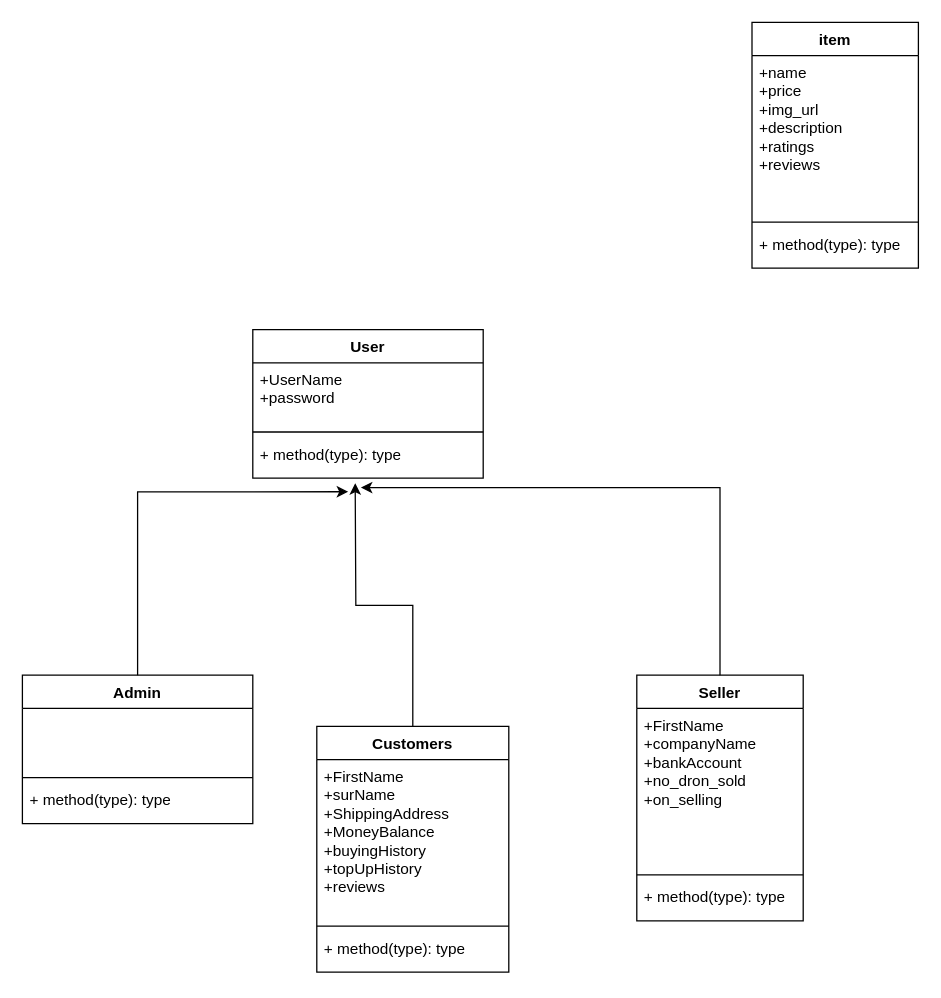
The draw.io diagram uml_diagram/dji-diagram.drawio in CMPS350-Spring-2024/Phase-1, before the edit. Source tidied: cells renumbered, new cells numbered last; positions are measured from the earlier drawing's top-left corner, leaving out a move shared by most shapes. Both pictures are drawn from the tidied source at 128%, with x=0, y=0 at pixel (22, 22).
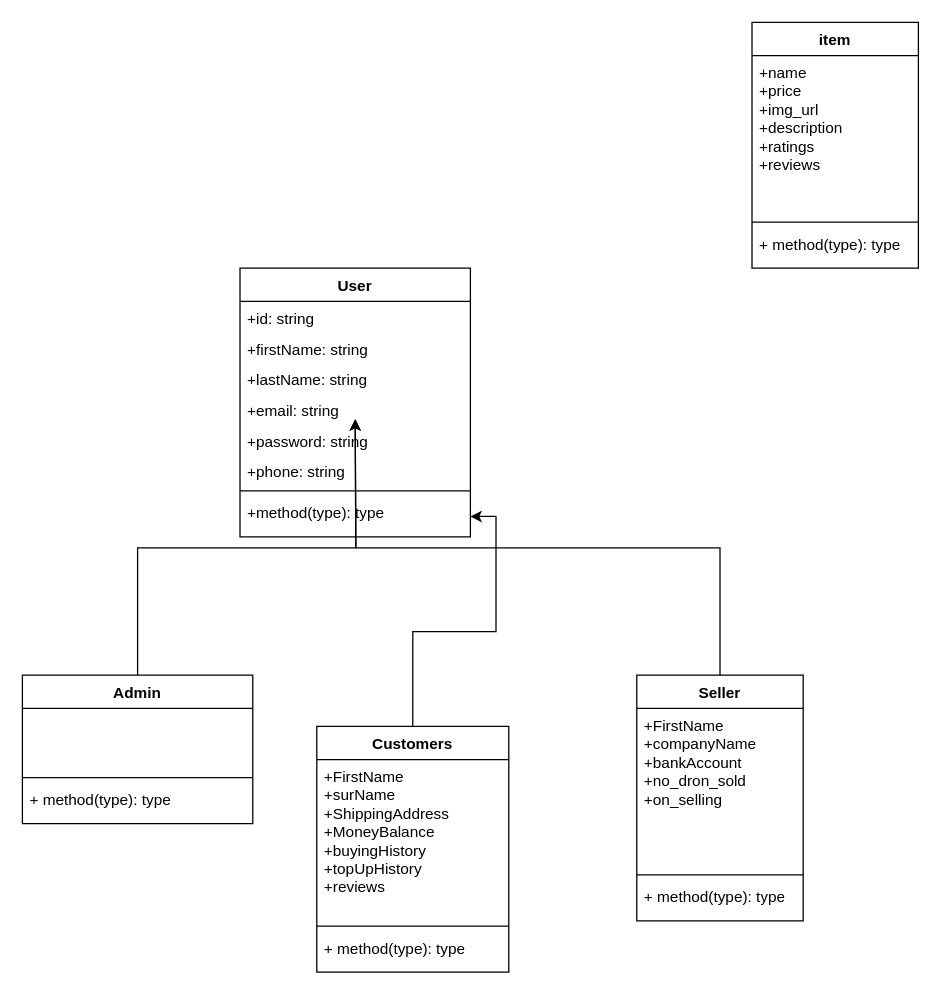
Above is the later version.

Commit message (it also covers changes not shown here):
feat: add initial implementation of `User` model

Unchanged cells that the change refers to:
```xml
<mxCell id="7" value="Customers" style="swimlane;fontStyle=1;align=center;verticalAlign=top;horizontal=1;startSize=26;whiteSpace=wrap;html=1;" parent="1" vertex="1">
  <mxGeometry x="230" y="550" width="150" height="192" as="geometry" />
</mxCell>
<mxCell id="11" value="Seller" style="swimlane;fontStyle=1;align=center;verticalAlign=top;horizontal=1;startSize=26;whiteSpace=wrap;html=1;" parent="1" vertex="1">
  <mxGeometry x="480" y="510" width="130" height="192" as="geometry" />
</mxCell>
<mxCell id="15" value="Admin" style="swimlane;fontStyle=1;align=center;verticalAlign=top;horizontal=1;startSize=26;whiteSpace=wrap;html=1;" parent="1" vertex="1">
  <mxGeometry y="510" width="180" height="116" as="geometry" />
</mxCell>
```

Diff of the diagram source:
```diff
@@
     <mxCell id="2" value="User" style="swimlane;fontStyle=1;align=center;verticalAlign=top;horizontal=1;startSize=26;whiteSpace=wrap;html=1;" parent="1" vertex="1">
-      <mxGeometry x="180" y="240" width="180" height="116" as="geometry" />
+      <mxGeometry x="170" y="192" width="180" height="210" as="geometry" />
     </mxCell>
+    <mxCell id="25" value="+id: string" style="text;strokeColor=none;fillColor=none;align=left;verticalAlign=top;spacingLeft=4;spacingRight=4;overflow=hidden;whiteSpace=wrap;html=1;" parent="2" vertex="1">
+      <mxGeometry y="26" width="180" height="24" as="geometry" />
+    </mxCell>
-    <mxCell id="3" value="+UserName&lt;div&gt;+password&lt;/div&gt;&lt;div&gt;&lt;br&gt;&lt;/div&gt;" style="text;strokeColor=none;fillColor=none;align=left;verticalAlign=top;spacingLeft=4;spacingRight=4;overflow=hidden;whiteSpace=wrap;html=1;" parent="2" vertex="1">
-      <mxGeometry y="26" width="180" height="50" as="geometry" />
+    <mxCell id="3" value="+firstName: string&lt;br&gt;" style="text;strokeColor=none;fillColor=none;align=left;verticalAlign=top;spacingLeft=4;spacingRight=4;overflow=hidden;whiteSpace=wrap;html=1;" parent="2" vertex="1">
+      <mxGeometry y="50" width="180" height="24" as="geometry" />
     </mxCell>
+    <mxCell id="26" value="+lastName: string" style="text;strokeColor=none;fillColor=none;align=left;verticalAlign=top;spacingLeft=4;spacingRight=4;overflow=hidden;whiteSpace=wrap;html=1;" parent="2" vertex="1">
+      <mxGeometry y="74" width="180" height="24" as="geometry" />
+    </mxCell>
+    <mxCell id="27" value="+email: string" style="text;strokeColor=none;fillColor=none;align=left;verticalAlign=top;spacingLeft=4;spacingRight=4;overflow=hidden;whiteSpace=wrap;html=1;" parent="2" vertex="1">
+      <mxGeometry y="98" width="180" height="24" as="geometry" />
+    </mxCell>
+    <mxCell id="28" value="&lt;div&gt;+password: string&lt;/div&gt;" style="text;strokeColor=none;fillColor=none;align=left;verticalAlign=top;spacingLeft=4;spacingRight=4;overflow=hidden;whiteSpace=wrap;html=1;" parent="2" vertex="1">
+      <mxGeometry y="122" width="180" height="24" as="geometry" />
+    </mxCell>
+    <mxCell id="29" value="+phone: string" style="text;strokeColor=none;fillColor=none;align=left;verticalAlign=top;spacingLeft=4;spacingRight=4;overflow=hidden;whiteSpace=wrap;html=1;" parent="2" vertex="1">
+      <mxGeometry y="146" width="180" height="24" as="geometry" />
+    </mxCell>
     <mxCell id="4" style="line;strokeWidth=1;fillColor=none;align=left;verticalAlign=middle;spacingTop=-1;spacingLeft=3;spacingRight=3;labelPosition=right;strokeColor=inherit;" parent="2" vertex="1">
-      <mxGeometry y="76" width="180" height="8" as="geometry" />
+      <mxGeometry y="170" width="180" height="8" as="geometry" />
     </mxCell>
-    <mxCell id="5" value="+ method(type): type" style="text;strokeColor=none;fillColor=none;align=left;verticalAlign=top;spacingLeft=4;spacingRight=4;overflow=hidden;points=[[0,0.5],[1,0.5]];portConstraint=eastwest;whiteSpace=wrap;html=1;" parent="2" vertex="1">
-      <mxGeometry y="84" width="180" height="32" as="geometry" />
+    <mxCell id="5" value="+method(type): type" style="text;strokeColor=none;fillColor=none;align=left;verticalAlign=top;spacingLeft=4;spacingRight=4;overflow=hidden;points=[[0,0.5],[1,0.5]];portConstraint=eastwest;whiteSpace=wrap;html=1;" parent="2" vertex="1">
+      <mxGeometry y="178" width="180" height="32" as="geometry" />
     </mxCell>
-    <mxCell id="6" style="edgeStyle=orthogonalEdgeStyle;rounded=0;jettySize=auto;html=1;exitX=0.5;exitY=0;exitDx=0;exitDy=0;" parent="1" edge="1" source="7">
-      <mxGeometry relative="1" as="geometry">
-        <mxPoint x="260" y="360" as="targetPoint" />
-      </mxGeometry>
+    <mxCell id="6" style="edgeStyle=orthogonalEdgeStyle;rounded=0;jettySize=auto;html=1;exitX=0.5;exitY=0;exitDx=0;exitDy=0;entryX=1;entryY=0.5;entryDx=0;entryDy=0;" parent="1" edge="1" source="7" target="5">
+      <mxGeometry relative="1" as="geometry" />
     </mxCell>
@@
-    <mxCell id="23" style="edgeStyle=orthogonalEdgeStyle;rounded=0;jettySize=auto;html=1;exitX=0.5;exitY=0;exitDx=0;exitDy=0;entryX=0.414;entryY=1.334;entryDx=0;entryDy=0;entryPerimeter=0;" parent="1" edge="1" source="15" target="5">
-      <mxGeometry relative="1" as="geometry" />
+    <mxCell id="23" style="edgeStyle=orthogonalEdgeStyle;rounded=0;jettySize=auto;html=1;exitX=0.5;exitY=0;exitDx=0;exitDy=0;" parent="1" edge="1" source="15">
+      <mxGeometry relative="1" as="geometry">
+        <mxPoint x="260" y="310" as="targetPoint" />
+      </mxGeometry>
     </mxCell>
-    <mxCell id="24" style="edgeStyle=orthogonalEdgeStyle;rounded=0;jettySize=auto;html=1;exitX=0.5;exitY=0;exitDx=0;exitDy=0;entryX=0.469;entryY=1.231;entryDx=0;entryDy=0;entryPerimeter=0;" parent="1" edge="1" source="11" target="5">
-      <mxGeometry relative="1" as="geometry" />
+    <mxCell id="24" style="edgeStyle=orthogonalEdgeStyle;rounded=0;jettySize=auto;html=1;exitX=0.5;exitY=0;exitDx=0;exitDy=0;" parent="1" edge="1" source="11">
+      <mxGeometry relative="1" as="geometry">
+        <mxPoint x="260" y="310" as="targetPoint" />
+      </mxGeometry>
     </mxCell>
```
